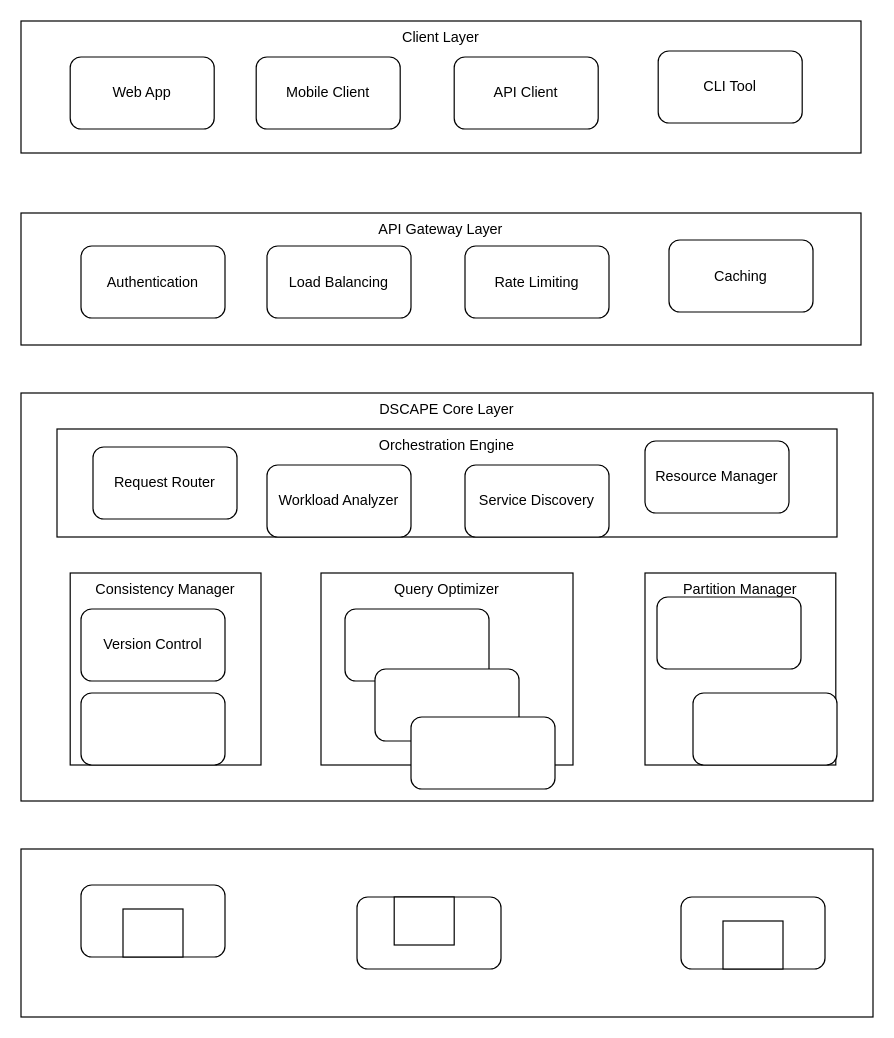
This is DSCAPE.drawio from vinayak-k24/DrawIO, a draw.io file, before an edit. Source tidied: cells renumbered, new cells numbered last; positions are measured from the earlier drawing's top-left corner, leaving out a move shared by most shapes. Both pictures are drawn from the tidied source at 120%, with x=0, y=0 at pixel (20, 20).
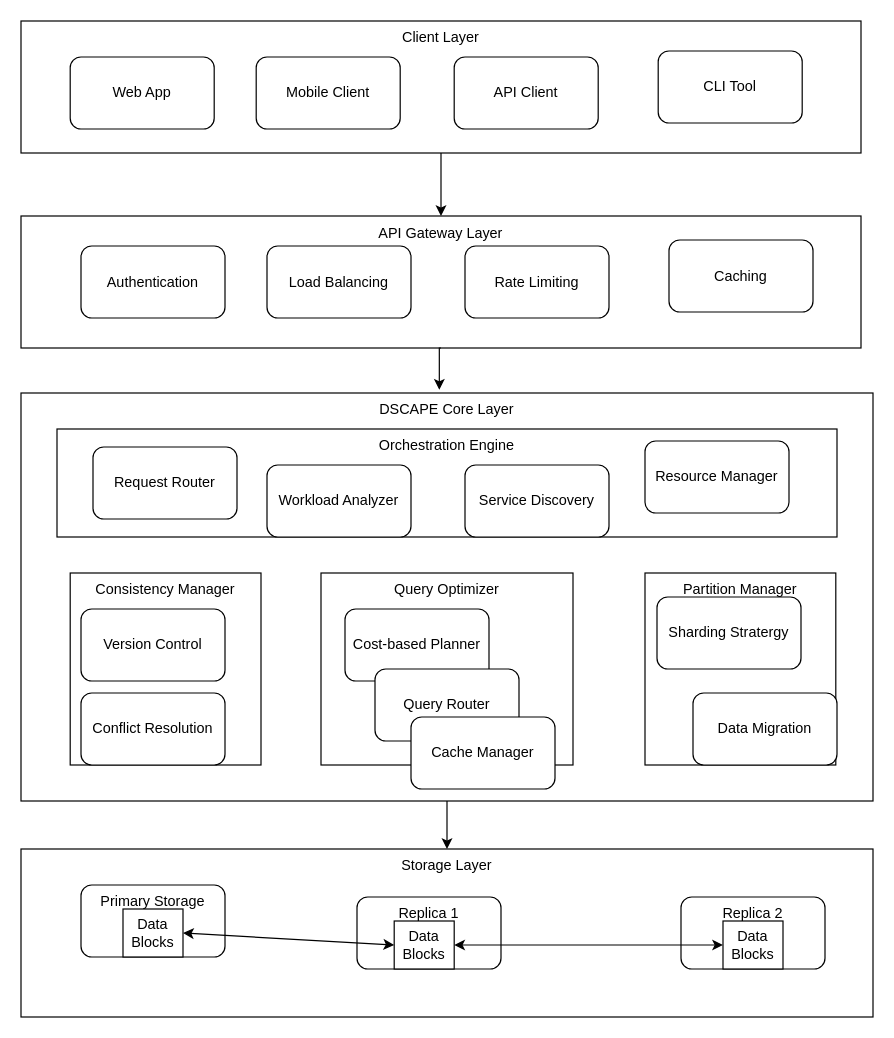
Above is the later version.

The change refers to these unchanged cells:
```xml
<mxCell id="2" value="&lt;font&gt;Client Layer&lt;/font&gt;" style="rounded=0;whiteSpace=wrap;html=1;verticalAlign=top;" parent="1" vertex="1">
  <mxGeometry width="700" height="110" as="geometry" />
</mxCell>
<mxCell id="4" value="DSCAPE Core Layer" style="rounded=0;whiteSpace=wrap;html=1;verticalAlign=top;" parent="1" vertex="1">
  <mxGeometry y="310" width="710" height="340" as="geometry" />
</mxCell>
```

Change to the diagram source:
```diff
@@
+    <mxCell id="35" style="edgeStyle=orthogonalEdgeStyle;rounded=0;jettySize=auto;html=1;exitX=0.5;exitY=1;exitDx=0;exitDy=0;entryX=0.5;entryY=0;entryDx=0;entryDy=0;" parent="1" edge="1" source="2" target="3">
+      <mxGeometry relative="1" as="geometry" />
+    </mxCell>
@@
     <mxCell id="3" value="API Gateway Layer" style="rounded=0;whiteSpace=wrap;html=1;verticalAlign=top;" parent="1" vertex="1">
-      <mxGeometry y="160" width="700" height="110" as="geometry" />
+      <mxGeometry y="162.5" width="700" height="110" as="geometry" />
     </mxCell>
+    <mxCell id="36" style="edgeStyle=orthogonalEdgeStyle;rounded=0;jettySize=auto;html=1;exitX=0.5;exitY=1;exitDx=0;exitDy=0;entryX=0.5;entryY=0;entryDx=0;entryDy=0;" parent="1" edge="1" source="4" target="5">
+      <mxGeometry relative="1" as="geometry" />
+    </mxCell>
@@
-    <mxCell id="5" style="rounded=0;whiteSpace=wrap;html=1;" parent="1" vertex="1">
+    <mxCell id="5" value="Storage Layer" style="rounded=0;whiteSpace=wrap;html=1;verticalAlign=top;" parent="1" vertex="1">
       <mxGeometry y="690" width="710" height="140" as="geometry" />
     </mxCell>
@@
-    <mxCell id="23" style="rounded=1;whiteSpace=wrap;html=1;" parent="1" vertex="1">
+    <mxCell id="23" value="Conflict Resolution" style="rounded=1;whiteSpace=wrap;html=1;" parent="1" vertex="1">
       <mxGeometry x="50" y="560" width="120" height="60" as="geometry" />
     </mxCell>
-    <mxCell id="24" style="rounded=1;whiteSpace=wrap;html=1;" parent="1" vertex="1">
+    <mxCell id="24" value="Cost-based Planner" style="rounded=1;whiteSpace=wrap;html=1;" parent="1" vertex="1">
       <mxGeometry x="270" y="490" width="120" height="60" as="geometry" />
     </mxCell>
-    <mxCell id="25" style="rounded=1;whiteSpace=wrap;html=1;" parent="1" vertex="1">
+    <mxCell id="25" value="Query Router" style="rounded=1;whiteSpace=wrap;html=1;" parent="1" vertex="1">
       <mxGeometry x="295" y="540" width="120" height="60" as="geometry" />
     </mxCell>
-    <mxCell id="26" style="rounded=1;whiteSpace=wrap;html=1;" parent="1" vertex="1">
+    <mxCell id="26" value="Cache Manager" style="rounded=1;whiteSpace=wrap;html=1;" parent="1" vertex="1">
       <mxGeometry x="325" y="580" width="120" height="60" as="geometry" />
     </mxCell>
-    <mxCell id="27" style="rounded=1;whiteSpace=wrap;html=1;" parent="1" vertex="1">
+    <mxCell id="27" value="Sharding Stratergy" style="rounded=1;whiteSpace=wrap;html=1;" parent="1" vertex="1">
       <mxGeometry x="530" y="480" width="120" height="60" as="geometry" />
     </mxCell>
-    <mxCell id="28" style="rounded=1;whiteSpace=wrap;html=1;" parent="1" vertex="1">
+    <mxCell id="28" value="Data Migration" style="rounded=1;whiteSpace=wrap;html=1;" parent="1" vertex="1">
       <mxGeometry x="560" y="560" width="120" height="60" as="geometry" />
     </mxCell>
-    <mxCell id="29" style="rounded=1;whiteSpace=wrap;html=1;" parent="1" vertex="1">
+    <mxCell id="29" value="Primary Storage" style="rounded=1;whiteSpace=wrap;html=1;verticalAlign=top;" parent="1" vertex="1">
       <mxGeometry x="50" y="720" width="120" height="60" as="geometry" />
     </mxCell>
-    <mxCell id="30" style="rounded=1;whiteSpace=wrap;html=1;" parent="1" vertex="1">
+    <mxCell id="30" value="Replica 1" style="rounded=1;whiteSpace=wrap;html=1;verticalAlign=top;" parent="1" vertex="1">
       <mxGeometry x="280" y="730" width="120" height="60" as="geometry" />
     </mxCell>
-    <mxCell id="31" style="rounded=1;whiteSpace=wrap;html=1;" parent="1" vertex="1">
+    <mxCell id="31" value="Replica 2" style="rounded=1;whiteSpace=wrap;html=1;verticalAlign=top;" parent="1" vertex="1">
       <mxGeometry x="550" y="730" width="120" height="60" as="geometry" />
     </mxCell>
+    <mxCell id="37" style="rounded=0;jettySize=auto;html=1;exitX=1;exitY=0.5;exitDx=0;exitDy=0;entryX=0;entryY=0.5;entryDx=0;entryDy=0;startArrow=classic;startFill=1;" parent="1" edge="1" source="32" target="33">
+      <mxGeometry relative="1" as="geometry" />
+    </mxCell>
-    <mxCell id="32" style="rounded=0;whiteSpace=wrap;html=1;" parent="1" vertex="1">
+    <mxCell id="32" value="Data Blocks" style="rounded=0;whiteSpace=wrap;html=1;" parent="1" vertex="1">
       <mxGeometry x="85" y="740" width="50" height="40" as="geometry" />
     </mxCell>
+    <mxCell id="38" style="rounded=0;jettySize=auto;html=1;exitX=1;exitY=0.5;exitDx=0;exitDy=0;entryX=0;entryY=0.5;entryDx=0;entryDy=0;startArrow=classic;startFill=1;" parent="1" edge="1" source="33" target="34">
+      <mxGeometry relative="1" as="geometry" />
+    </mxCell>
-    <mxCell id="33" style="rounded=0;whiteSpace=wrap;html=1;" parent="1" vertex="1">
-      <mxGeometry x="311" y="730" width="50" height="40" as="geometry" />
+    <mxCell id="33" value="Data Blocks" style="rounded=0;whiteSpace=wrap;html=1;" parent="1" vertex="1">
+      <mxGeometry x="311" y="750" width="50" height="40" as="geometry" />
     </mxCell>
-    <mxCell id="34" style="rounded=0;whiteSpace=wrap;html=1;" parent="1" vertex="1">
+    <mxCell id="34" value="Data Blocks" style="rounded=0;whiteSpace=wrap;html=1;" parent="1" vertex="1">
       <mxGeometry x="585" y="750" width="50" height="40" as="geometry" />
     </mxCell>
+    <mxCell id="39" style="edgeStyle=orthogonalEdgeStyle;rounded=0;jettySize=auto;html=1;exitX=0.5;exitY=1;exitDx=0;exitDy=0;entryX=0.491;entryY=-0.008;entryDx=0;entryDy=0;entryPerimeter=0;" parent="1" edge="1" source="3" target="4">
+      <mxGeometry relative="1" as="geometry" />
+    </mxCell>
```
